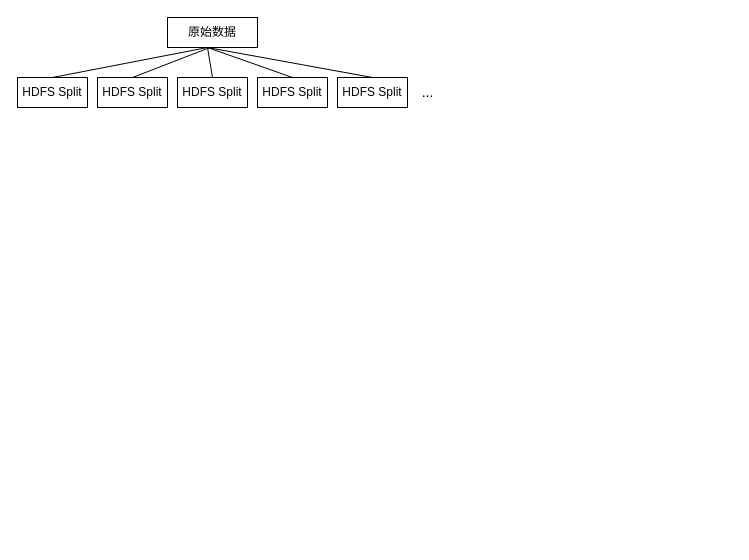
Above: 未命名绘图.drawio in mainkeys/pic (draw.io), before the change. Source tidied: cells renumbered, new cells numbered last; positions are measured from the earlier drawing's top-left corner, leaving out a move shared by most shapes. Both pictures are drawn from the tidied source at 100%, with x=0, y=0 at pixel (17, 17).
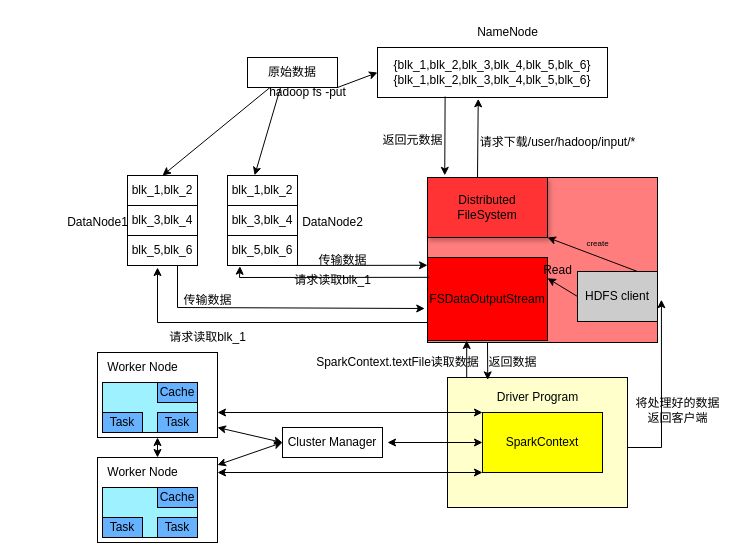
The same page after the edit.

The edit, as a diff of the source:
```diff
@@
     <mxCell id="2" value="原始数据" style="rounded=0;whiteSpace=wrap;html=1;" parent="1" vertex="1">
-      <mxGeometry x="150" width="90" height="30" as="geometry" />
+      <mxGeometry x="230" y="40" width="90" height="30" as="geometry" />
     </mxCell>
-    <mxCell id="3" value="HDFS Split" style="rounded=0;whiteSpace=wrap;html=1;" parent="1" vertex="1">
-      <mxGeometry y="60" width="70" height="30" as="geometry" />
+    <mxCell id="3" value="blk_1,blk_2" style="rounded=0;whiteSpace=wrap;html=1;" parent="1" vertex="1">
+      <mxGeometry x="210" y="158" width="70" height="30" as="geometry" />
     </mxCell>
-    <mxCell id="4" value="HDFS Split" style="rounded=0;whiteSpace=wrap;html=1;" parent="1" vertex="1">
-      <mxGeometry x="80" y="60" width="70" height="30" as="geometry" />
+    <mxCell id="4" value="blk_3,blk_4" style="rounded=0;whiteSpace=wrap;html=1;" parent="1" vertex="1">
+      <mxGeometry x="210" y="188" width="70" height="30" as="geometry" />
     </mxCell>
-    <mxCell id="5" value="HDFS Split" style="rounded=0;whiteSpace=wrap;html=1;" parent="1" vertex="1">
-      <mxGeometry x="160" y="60" width="70" height="30" as="geometry" />
+    <mxCell id="5" value="blk_5,blk_6" style="rounded=0;whiteSpace=wrap;html=1;" parent="1" vertex="1">
+      <mxGeometry x="210" y="218" width="70" height="30" as="geometry" />
     </mxCell>
-    <mxCell id="6" value="HDFS Split" style="rounded=0;whiteSpace=wrap;html=1;" parent="1" vertex="1">
-      <mxGeometry x="240" y="60" width="70" height="30" as="geometry" />
-    </mxCell>
-    <mxCell id="7" value="HDFS Split" style="rounded=0;whiteSpace=wrap;html=1;" parent="1" vertex="1">
-      <mxGeometry x="320" y="60" width="70" height="30" as="geometry" />
-    </mxCell>
-    <mxCell id="8" value="&lt;font style=&quot;font-size: 14px;&quot;&gt;...&lt;/font&gt;" style="text;html=1;align=center;verticalAlign=middle;strokeColor=none;fillColor=none;" parent="1" vertex="1">
-      <mxGeometry x="390" y="60" width="40" height="30" as="geometry" />
-    </mxCell>
-    <mxCell id="9" style="endArrow=none;html=1;rounded=0;exitX=0.5;exitY=0;exitDx=0;exitDy=0;" parent="1" edge="1" source="3">
-      <mxGeometry relative="1" as="geometry">
-        <mxPoint x="190" y="30" as="targetPoint" />
-      </mxGeometry>
-    </mxCell>
-    <mxCell id="10" style="endArrow=none;html=1;rounded=0;exitX=0.5;exitY=0;exitDx=0;exitDy=0;" parent="1" edge="1" source="4">
-      <mxGeometry relative="1" as="geometry">
-        <mxPoint x="192.5" y="30" as="targetPoint" />
-      </mxGeometry>
-    </mxCell>
-    <mxCell id="11" style="endArrow=none;html=1;rounded=0;exitX=0.5;exitY=0;exitDx=0;exitDy=0;" parent="1" edge="1" source="5">
-      <mxGeometry relative="1" as="geometry">
-        <mxPoint x="190" y="30" as="targetPoint" />
-      </mxGeometry>
-    </mxCell>
-    <mxCell id="12" style="endArrow=none;html=1;rounded=0;exitX=0.5;exitY=0;exitDx=0;exitDy=0;" parent="1" edge="1" source="6">
-      <mxGeometry relative="1" as="geometry">
-        <mxPoint x="190" y="30" as="targetPoint" />
-      </mxGeometry>
-    </mxCell>
-    <mxCell id="13" style="endArrow=none;html=1;rounded=0;exitX=0.5;exitY=0;exitDx=0;exitDy=0;" parent="1" edge="1" source="7">
-      <mxGeometry relative="1" as="geometry">
-        <mxPoint x="190" y="30" as="targetPoint" />
-      </mxGeometry>
-    </mxCell>
+    <mxCell id="14" value="hadoop fs -put" style="text;html=1;align=center;verticalAlign=middle;strokeColor=none;fillColor=none;" parent="1" vertex="1">
+      <mxGeometry x="240" y="60" width="100" height="30" as="geometry" />
+    </mxCell>
+    <mxCell id="15" value="DataNode1" style="text;html=1;align=center;verticalAlign=middle;strokeColor=none;fillColor=none;" parent="1" vertex="1">
+      <mxGeometry x="40" y="190" width="80" height="30" as="geometry" />
+    </mxCell>
+    <mxCell id="16" value="DataNode2" style="text;html=1;align=center;verticalAlign=middle;strokeColor=none;fillColor=none;" parent="1" vertex="1">
+      <mxGeometry x="275" y="190" width="80" height="30" as="geometry" />
+    </mxCell>
+    <mxCell id="17" style="edgeStyle=orthogonalEdgeStyle;rounded=0;jettySize=auto;html=1;entryX=0.591;entryY=0;entryDx=0;entryDy=0;entryPerimeter=0;" parent="1" edge="1" source="18" target="19">
+      <mxGeometry relative="1" as="geometry" />
+    </mxCell>
+    <mxCell id="18" value="blk_1,blk_2" style="rounded=0;whiteSpace=wrap;html=1;" parent="1" vertex="1">
+      <mxGeometry x="110" y="158" width="70" height="30" as="geometry" />
+    </mxCell>
+    <mxCell id="19" value="blk_3,blk_4" style="rounded=0;whiteSpace=wrap;html=1;" parent="1" vertex="1">
+      <mxGeometry x="110" y="188" width="70" height="30" as="geometry" />
+    </mxCell>
+    <mxCell id="20" value="blk_5,blk_6" style="rounded=0;whiteSpace=wrap;html=1;" parent="1" vertex="1">
+      <mxGeometry x="110" y="218" width="70" height="30" as="geometry" />
+    </mxCell>
+    <mxCell id="21" value="{blk_1,blk_2,blk_3,blk_4,blk_5,blk_6}&lt;br&gt;{blk_1,blk_2,blk_3,blk_4,blk_5,blk_6}" style="rounded=0;whiteSpace=wrap;html=1;" parent="1" vertex="1">
+      <mxGeometry x="360" y="30" width="230" height="50" as="geometry" />
+    </mxCell>
+    <mxCell id="22" value="NameNode" style="text;html=1;align=center;verticalAlign=middle;strokeColor=none;fillColor=none;" parent="1" vertex="1">
+      <mxGeometry x="450" width="80" height="30" as="geometry" />
+    </mxCell>
+    <mxCell id="23" style="whiteSpace=wrap;html=1;fillColor=#FF7D7D;" parent="1" vertex="1">
+      <mxGeometry x="410" y="160" width="230" height="165" as="geometry" />
+    </mxCell>
+    <mxCell id="24" value="HDFS client" style="rounded=0;whiteSpace=wrap;html=1;fillColor=#CCCCCC;" parent="1" vertex="1">
+      <mxGeometry x="560" y="254" width="80" height="50" as="geometry" />
+    </mxCell>
+    <mxCell id="25" value="Distributed FileSystem" style="rounded=0;whiteSpace=wrap;html=1;shadow=1;fillColor=#FF3333;" parent="1" vertex="1">
+      <mxGeometry x="410" y="160" width="120" height="60" as="geometry" />
+    </mxCell>
+    <mxCell id="26" value="FSDataOutputStream" style="rounded=0;whiteSpace=wrap;html=1;fillColor=#FF0000;" parent="1" vertex="1">
+      <mxGeometry x="410" y="240" width="120" height="83" as="geometry" />
+    </mxCell>
+    <mxCell id="27" style="endArrow=classic;html=1;rounded=0;entryX=1;entryY=1;entryDx=0;entryDy=0;exitX=0.75;exitY=0;exitDx=0;exitDy=0;" parent="1" edge="1" source="24" target="25">
+      <mxGeometry relative="1" as="geometry" />
+    </mxCell>
+    <mxCell id="28" style="endArrow=classic;html=1;rounded=0;entryX=1;entryY=0.25;entryDx=0;entryDy=0;exitX=0;exitY=0.5;exitDx=0;exitDy=0;" parent="1" edge="1" source="24" target="26">
+      <mxGeometry relative="1" as="geometry" />
+    </mxCell>
+    <mxCell id="29" value="&lt;font style=&quot;font-size: 8px;&quot;&gt;create&lt;/font&gt;" style="text;html=1;align=center;verticalAlign=middle;strokeColor=none;fillColor=none;" parent="1" vertex="1">
+      <mxGeometry x="550" y="210" width="60" height="30" as="geometry" />
+    </mxCell>
+    <mxCell id="30" value="Read" style="text;html=1;align=center;verticalAlign=middle;strokeColor=none;fillColor=none;" parent="1" vertex="1">
+      <mxGeometry x="515" y="238" width="50" height="30" as="geometry" />
+    </mxCell>
+    <mxCell id="31" style="endArrow=classic;html=1;rounded=0;entryX=0.438;entryY=1.026;entryDx=0;entryDy=0;entryPerimeter=0;" parent="1" edge="1" target="21">
+      <mxGeometry relative="1" as="geometry">
+        <mxPoint x="460" y="160" as="sourcePoint" />
+      </mxGeometry>
+    </mxCell>
+    <mxCell id="32" value="请求下载/user/hadoop/input/*" style="text;html=1;align=center;verticalAlign=middle;strokeColor=none;fillColor=none;" parent="1" vertex="1">
+      <mxGeometry x="450" y="110" width="180" height="30" as="geometry" />
+    </mxCell>
+    <mxCell id="33" style="endArrow=classic;html=1;rounded=0;entryX=0.075;entryY=-0.013;entryDx=0;entryDy=0;entryPerimeter=0;exitX=0.294;exitY=0.98;exitDx=0;exitDy=0;exitPerimeter=0;" parent="1" edge="1" source="21" target="23">
+      <mxGeometry relative="1" as="geometry" />
+    </mxCell>
+    <mxCell id="34" value="返回元数据" style="text;html=1;align=center;verticalAlign=middle;strokeColor=none;fillColor=none;" parent="1" vertex="1">
+      <mxGeometry x="355" y="108" width="80" height="30" as="geometry" />
+    </mxCell>
+    <mxCell id="35" style="endArrow=classic;html=1;rounded=0;entryX=0.5;entryY=0;entryDx=0;entryDy=0;exitX=0.25;exitY=1;exitDx=0;exitDy=0;" parent="1" edge="1" source="2" target="18">
+      <mxGeometry relative="1" as="geometry" />
+    </mxCell>
+    <mxCell id="36" style="endArrow=classic;html=1;rounded=0;entryX=0.388;entryY=-0.005;entryDx=0;entryDy=0;exitX=0.25;exitY=1;exitDx=0;exitDy=0;entryPerimeter=0;" parent="1" edge="1" target="3">
+      <mxGeometry relative="1" as="geometry">
+        <mxPoint x="263" y="70" as="sourcePoint" />
+      </mxGeometry>
+    </mxCell>
+    <mxCell id="37" style="endArrow=classic;html=1;rounded=0;exitX=0.25;exitY=1;exitDx=0;exitDy=0;entryX=0;entryY=0.5;entryDx=0;entryDy=0;" parent="1" edge="1" target="21">
+      <mxGeometry relative="1" as="geometry">
+        <mxPoint x="320" y="70" as="sourcePoint" />
+      </mxGeometry>
+    </mxCell>
+    <mxCell id="38" style="endArrow=classic;html=1;rounded=0;" parent="1" edge="1">
+      <mxGeometry relative="1" as="geometry">
+        <mxPoint x="410" y="305" as="sourcePoint" />
+        <mxPoint x="140" y="250" as="targetPoint" />
+        <Array as="points">
+          <mxPoint x="140" y="305" />
+        </Array>
+      </mxGeometry>
+    </mxCell>
+    <mxCell id="39" value="请求读取blk_1" style="text;html=1;align=center;verticalAlign=middle;strokeColor=none;fillColor=none;" parent="1" vertex="1">
+      <mxGeometry x="140" y="305" width="100" height="30" as="geometry" />
+    </mxCell>
+    <mxCell id="40" style="edgeStyle=none;jettySize=auto;html=1;rounded=0;entryX=-0.012;entryY=0.794;entryDx=0;entryDy=0;entryPerimeter=0;" parent="1" edge="1" target="23">
+      <mxGeometry relative="1" as="geometry">
+        <mxPoint x="160" y="248" as="sourcePoint" />
+        <Array as="points">
+          <mxPoint x="160" y="290" />
+        </Array>
+      </mxGeometry>
+    </mxCell>
+    <mxCell id="41" style="edgeStyle=none;jettySize=auto;html=1;rounded=0;exitX=0.01;exitY=0.605;exitDx=0;exitDy=0;exitPerimeter=0;entryX=0.178;entryY=1.024;entryDx=0;entryDy=0;entryPerimeter=0;" parent="1" edge="1" source="23" target="5">
+      <mxGeometry relative="1" as="geometry">
+        <Array as="points">
+          <mxPoint x="222" y="260" />
+        </Array>
+      </mxGeometry>
+    </mxCell>
+    <mxCell id="42" style="edgeStyle=none;jettySize=auto;html=1;rounded=0;entryX=0;entryY=0.532;entryDx=0;entryDy=0;entryPerimeter=0;" parent="1" edge="1" target="23">
+      <mxGeometry relative="1" as="geometry">
+        <mxPoint x="255" y="248" as="sourcePoint" />
+      </mxGeometry>
+    </mxCell>
+    <mxCell id="43" value="请求读取blk_1" style="text;html=1;align=center;verticalAlign=middle;strokeColor=none;fillColor=none;" parent="1" vertex="1">
+      <mxGeometry x="265" y="248" width="100" height="30" as="geometry" />
+    </mxCell>
+    <mxCell id="44" value="传输数据" style="text;html=1;align=center;verticalAlign=middle;strokeColor=none;fillColor=none;" parent="1" vertex="1">
+      <mxGeometry x="155" y="268" width="70" height="30" as="geometry" />
+    </mxCell>
+    <mxCell id="45" value="传输数据" style="text;html=1;align=center;verticalAlign=middle;strokeColor=none;fillColor=none;" parent="1" vertex="1">
+      <mxGeometry x="290" y="227.5" width="70" height="30" as="geometry" />
+    </mxCell>
+    <mxCell id="46" value="SparkContext.textFile读取数据" style="text;html=1;align=center;verticalAlign=middle;points=[];strokeColor=none;fillColor=none;" parent="1" vertex="1">
+      <mxGeometry x="285" y="330" width="190" height="30" as="geometry" />
+    </mxCell>
+    <mxCell id="47" style="rounded=0;whiteSpace=wrap;html=1;fillColor=#FFFFCC;" parent="1" vertex="1">
+      <mxGeometry x="430" y="360" width="180" height="130" as="geometry" />
+    </mxCell>
+    <mxCell id="48" value="SparkContext" style="rounded=0;whiteSpace=wrap;html=1;fillColor=#FFFF00;" parent="1" vertex="1">
+      <mxGeometry x="465" y="395" width="120" height="60" as="geometry" />
+    </mxCell>
+    <mxCell id="49" value="Driver Program" style="text;html=1;align=center;verticalAlign=middle;strokeColor=none;fillColor=none;" parent="1" vertex="1">
+      <mxGeometry x="470" y="365" width="100" height="30" as="geometry" />
+    </mxCell>
+    <mxCell id="50" style="endArrow=classic;startArrow=classic;html=1;rounded=0;entryX=0;entryY=1;entryDx=0;entryDy=0;" parent="1" edge="1" target="48">
+      <mxGeometry relative="1" as="geometry">
+        <mxPoint x="200" y="455" as="sourcePoint" />
+      </mxGeometry>
+    </mxCell>
+    <mxCell id="51" style="endArrow=classic;startArrow=classic;html=1;rounded=0;entryX=0;entryY=0;entryDx=0;entryDy=0;" parent="1" edge="1" target="48">
+      <mxGeometry relative="1" as="geometry">
+        <mxPoint x="200" y="395" as="sourcePoint" />
+      </mxGeometry>
+    </mxCell>
+    <mxCell id="52" value="Cluster Manager" style="rounded=0;whiteSpace=wrap;html=1;" parent="1" vertex="1">
+      <mxGeometry x="265" y="410" width="100" height="30" as="geometry" />
+    </mxCell>
+    <mxCell id="53" style="endArrow=classic;startArrow=classic;html=1;rounded=0;entryX=0;entryY=0.5;entryDx=0;entryDy=0;" parent="1" edge="1" target="48">
+      <mxGeometry relative="1" as="geometry">
+        <mxPoint x="370" y="425" as="sourcePoint" />
+      </mxGeometry>
+    </mxCell>
+    <mxCell id="54" style="rounded=0;whiteSpace=wrap;html=1;" parent="1" vertex="1">
+      <mxGeometry x="80" y="335" width="120" height="85" as="geometry" />
+    </mxCell>
+    <mxCell id="55" style="rounded=0;whiteSpace=wrap;html=1;fillColor=#9EF2FF;" parent="1" vertex="1">
+      <mxGeometry x="85" y="365" width="95" height="50" as="geometry" />
+    </mxCell>
+    <mxCell id="56" value="Cache" style="rounded=0;whiteSpace=wrap;html=1;fillColor=#66B2FF;" parent="1" vertex="1">
+      <mxGeometry x="140" y="365" width="40" height="20" as="geometry" />
+    </mxCell>
+    <mxCell id="57" value="Task" style="rounded=0;whiteSpace=wrap;html=1;fillColor=#66B2FF;" parent="1" vertex="1">
+      <mxGeometry x="140" y="395" width="40" height="20" as="geometry" />
+    </mxCell>
+    <mxCell id="58" value="Task" style="rounded=0;whiteSpace=wrap;html=1;fillColor=#66B2FF;" parent="1" vertex="1">
+      <mxGeometry x="85" y="395" width="40" height="20" as="geometry" />
+    </mxCell>
+    <mxCell id="59" value="Worker Node" style="text;html=1;align=center;verticalAlign=middle;strokeColor=none;fillColor=none;" parent="1" vertex="1">
+      <mxGeometry x="80" y="335" width="90" height="30" as="geometry" />
+    </mxCell>
+    <mxCell id="60" style="rounded=0;whiteSpace=wrap;html=1;" parent="1" vertex="1">
+      <mxGeometry x="80" y="440" width="120" height="85" as="geometry" />
+    </mxCell>
+    <mxCell id="61" style="rounded=0;whiteSpace=wrap;html=1;fillColor=#9EF2FF;" parent="1" vertex="1">
+      <mxGeometry x="85" y="470" width="95" height="50" as="geometry" />
+    </mxCell>
+    <mxCell id="62" value="Cache" style="rounded=0;whiteSpace=wrap;html=1;fillColor=#66B2FF;" parent="1" vertex="1">
+      <mxGeometry x="140" y="470" width="40" height="20" as="geometry" />
+    </mxCell>
+    <mxCell id="63" value="Task" style="rounded=0;whiteSpace=wrap;html=1;fillColor=#66B2FF;" parent="1" vertex="1">
+      <mxGeometry x="140" y="500" width="40" height="20" as="geometry" />
+    </mxCell>
+    <mxCell id="64" value="Task" style="rounded=0;whiteSpace=wrap;html=1;fillColor=#66B2FF;" parent="1" vertex="1">
+      <mxGeometry x="85" y="500" width="40" height="20" as="geometry" />
+    </mxCell>
+    <mxCell id="65" value="Worker Node" style="text;html=1;align=center;verticalAlign=middle;strokeColor=none;fillColor=none;" parent="1" vertex="1">
+      <mxGeometry x="80" y="440" width="90" height="30" as="geometry" />
+    </mxCell>
+    <mxCell id="66" style="endArrow=classic;startArrow=classic;html=1;rounded=0;entryX=0.5;entryY=1;entryDx=0;entryDy=0;" parent="1" edge="1" target="54">
+      <mxGeometry relative="1" as="geometry">
+        <mxPoint x="140" y="440" as="sourcePoint" />
+      </mxGeometry>
+    </mxCell>
+    <mxCell id="67" style="endArrow=classic;startArrow=classic;html=1;rounded=0;entryX=0;entryY=0.5;entryDx=0;entryDy=0;" parent="1" edge="1" target="52">
+      <mxGeometry relative="1" as="geometry">
+        <mxPoint x="200" y="410" as="sourcePoint" />
+      </mxGeometry>
+    </mxCell>
+    <mxCell id="68" style="endArrow=classic;startArrow=classic;html=1;rounded=0;entryX=0;entryY=0.5;entryDx=0;entryDy=0;" parent="1" edge="1" target="52">
+      <mxGeometry relative="1" as="geometry">
+        <mxPoint x="200" y="447.5" as="sourcePoint" />
+      </mxGeometry>
+    </mxCell>
+    <mxCell id="69" style="endArrow=classic;html=1;rounded=0;entryX=0.607;entryY=0.987;entryDx=0;entryDy=0;entryPerimeter=0;" parent="1" edge="1">
+      <mxGeometry relative="1" as="geometry">
+        <mxPoint x="449.2" y="360" as="sourcePoint" />
+        <mxPoint x="449.2" y="323" as="targetPoint" />
+      </mxGeometry>
+    </mxCell>
+    <mxCell id="70" style="endArrow=classic;html=1;rounded=0;entryX=0.975;entryY=1.08;entryDx=0;entryDy=0;entryPerimeter=0;" parent="1" edge="1" target="46">
+      <mxGeometry relative="1" as="geometry">
+        <mxPoint x="470" y="325" as="sourcePoint" />
+      </mxGeometry>
+    </mxCell>
+    <mxCell id="71" value="返回数据" style="text;html=1;align=center;verticalAlign=middle;strokeColor=none;fillColor=none;" parent="1" vertex="1">
+      <mxGeometry x="460" y="330" width="70" height="30" as="geometry" />
+    </mxCell>
+    <mxCell id="72" style="endArrow=classic;html=1;rounded=0;entryX=1.049;entryY=0.564;entryDx=0;entryDy=0;entryPerimeter=0;" parent="1" edge="1" target="24">
+      <mxGeometry relative="1" as="geometry">
+        <mxPoint x="610" y="430" as="sourcePoint" />
+        <Array as="points">
+          <mxPoint x="644" y="430" />
+        </Array>
+      </mxGeometry>
+    </mxCell>
+    <mxCell id="73" value="将处理好的数据&lt;br&gt;返回客户端" style="text;html=1;align=center;verticalAlign=middle;strokeColor=none;fillColor=none;" parent="1" vertex="1">
+      <mxGeometry x="605" y="373" width="110" height="40" as="geometry" />
+    </mxCell>
```
